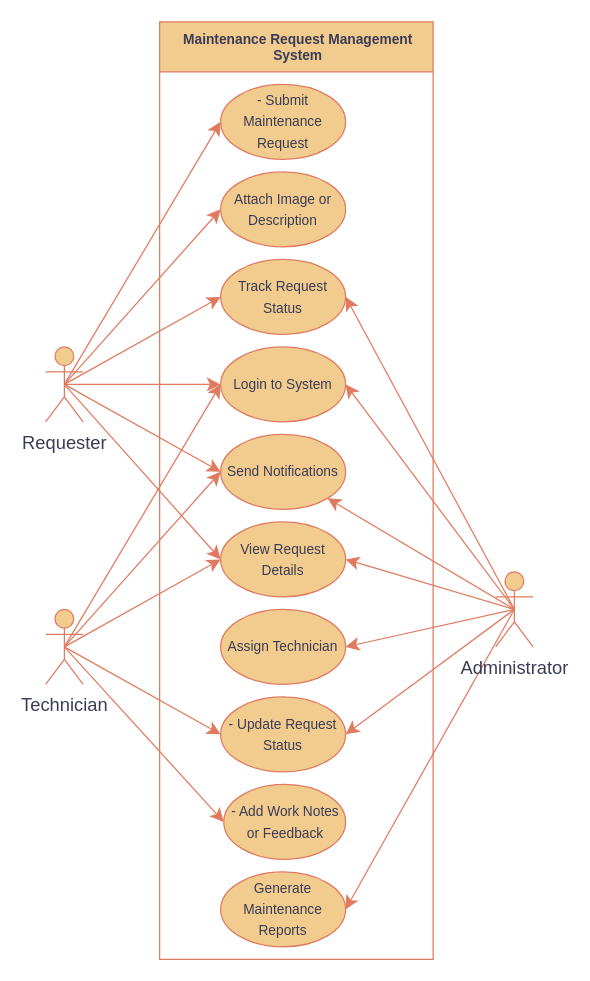
Earlier version of the draw.io diagram page "Page-4" (4 of 13) of Untitled Diagram.drawio (FatimahAli313/Project_1). Source tidied: cells renumbered, new cells numbered last; positions are measured from the earlier drawing's top-left corner, leaving out a move shared by most shapes. Both pictures are drawn from the tidied source at 125%, with x=0, y=0 at pixel (45, 21).
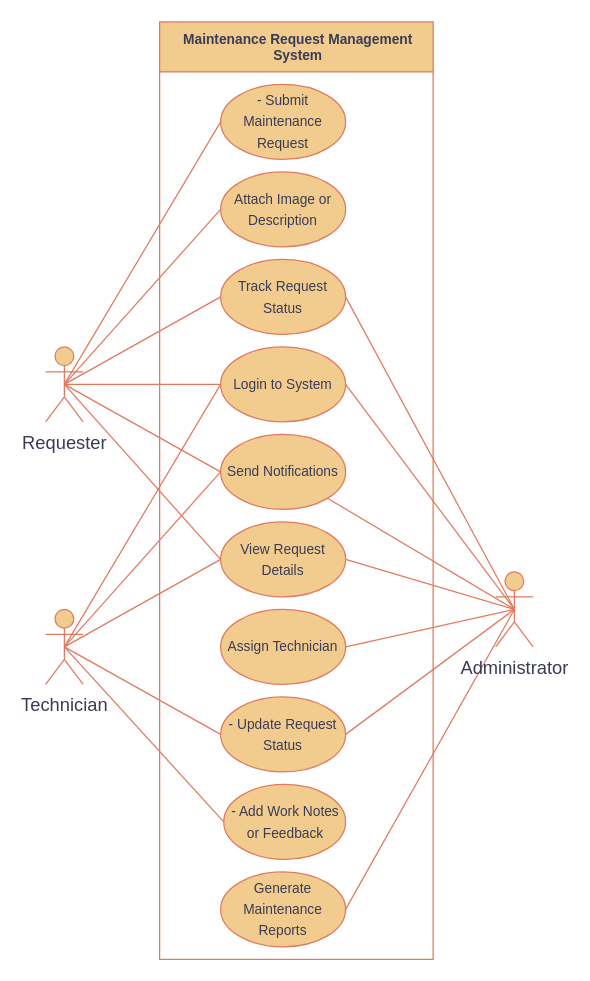
After the change.

Unchanged cells that the change refers to:
```xml
<mxCell id="8" value="&lt;span style=&quot;font-size:11.0pt;line-height:140%;&lt;br/&gt;font-family:&amp;quot;Times New Roman&amp;quot;,serif;mso-fareast-font-family:Arial;mso-fareast-theme-font:&lt;br/&gt;minor-latin;mso-ansi-language:EN-US;mso-fareast-language:JA;mso-bidi-language:&lt;br/&gt;AR-SA&quot;&gt;Requester&lt;/span&gt;" style="shape=umlActor;verticalLabelPosition=bottom;verticalAlign=top;html=1;outlineConnect=0;labelBackgroundColor=none;fillColor=#F2CC8F;strokeColor=#E07A5F;fontColor=#393C56;" parent="1" vertex="1">
  <mxGeometry y="260" width="30" height="60" as="geometry" />
</mxCell>
<mxCell id="14" value="&lt;span style=&quot;font-size:11.0pt;line-height:140%;&lt;br/&gt;font-family:&amp;quot;Times New Roman&amp;quot;,serif;mso-fareast-font-family:Arial;mso-fareast-theme-font:&lt;br/&gt;minor-latin;mso-ansi-language:EN-US;mso-fareast-language:JA;mso-bidi-language:&lt;br/&gt;AR-SA&quot;&gt;Technician&lt;/span&gt;" style="shape=umlActor;verticalLabelPosition=bottom;verticalAlign=top;html=1;outlineConnect=0;labelBackgroundColor=none;fillColor=#F2CC8F;strokeColor=#E07A5F;fontColor=#393C56;" parent="1" vertex="1">
  <mxGeometry y="470" width="30" height="60" as="geometry" />
</mxCell>
<mxCell id="22" value="&lt;span style=&quot;font-size:11.0pt;line-height:140%;&lt;br/&gt;font-family:&amp;quot;Times New Roman&amp;quot;,serif;mso-fareast-font-family:Arial;mso-fareast-theme-font:&lt;br/&gt;minor-latin;mso-ansi-language:EN-US;mso-fareast-language:JA;mso-bidi-language:&lt;br/&gt;AR-SA&quot;&gt;Administrator&lt;/span&gt;" style="shape=umlActor;verticalLabelPosition=bottom;verticalAlign=top;html=1;outlineConnect=0;labelBackgroundColor=none;fillColor=#F2CC8F;strokeColor=#E07A5F;fontColor=#393C56;" parent="1" vertex="1">
  <mxGeometry x="360" y="440" width="30" height="60" as="geometry" />
</mxCell>
<mxCell id="23" value="&lt;span style=&quot;line-height: 140%;&quot;&gt;&lt;font style=&quot;font-size: 11px;&quot;&gt;- Submit Maintenance Request&lt;/font&gt;&lt;/span&gt;" style="ellipse;whiteSpace=wrap;html=1;labelBackgroundColor=none;fillColor=#F2CC8F;strokeColor=#E07A5F;fontColor=#393C56;" parent="1" vertex="1">
  <mxGeometry x="140" y="50" width="100" height="60" as="geometry" />
</mxCell>
<mxCell id="24" value="&lt;span style=&quot;line-height: 140%;&quot;&gt;&lt;font style=&quot;font-size: 11px;&quot;&gt;Login to System&lt;/font&gt;&lt;/span&gt;" style="ellipse;whiteSpace=wrap;html=1;labelBackgroundColor=none;fillColor=#F2CC8F;strokeColor=#E07A5F;fontColor=#393C56;" parent="1" vertex="1">
  <mxGeometry x="140" y="260" width="100" height="60" as="geometry" />
</mxCell>
<mxCell id="25" value="&lt;span style=&quot;line-height: 140%;&quot;&gt;&lt;font style=&quot;font-size: 11px;&quot;&gt;- Add Work Notes or Feedback&lt;/font&gt;&lt;/span&gt;" style="ellipse;whiteSpace=wrap;html=1;labelBackgroundColor=none;fillColor=#F2CC8F;strokeColor=#E07A5F;fontColor=#393C56;" parent="1" vertex="1">
  <mxGeometry x="142.5" y="610" width="97.5" height="60" as="geometry" />
</mxCell>
<mxCell id="26" value="&lt;span style=&quot;line-height: 140%;&quot;&gt;&lt;font style=&quot;font-size: 11px;&quot;&gt;Attach Image or Description&lt;/font&gt;&lt;/span&gt;" style="ellipse;whiteSpace=wrap;html=1;labelBackgroundColor=none;fillColor=#F2CC8F;strokeColor=#E07A5F;fontColor=#393C56;" parent="1" vertex="1">
  <mxGeometry x="140" y="120" width="100" height="60" as="geometry" />
</mxCell>
<mxCell id="27" value="&lt;span style=&quot;line-height: 140%;&quot;&gt;&lt;font style=&quot;font-size: 11px;&quot;&gt;Send Notifications&lt;/font&gt;&lt;/span&gt;" style="ellipse;whiteSpace=wrap;html=1;labelBackgroundColor=none;fillColor=#F2CC8F;strokeColor=#E07A5F;fontColor=#393C56;" parent="1" vertex="1">
  <mxGeometry x="140" y="330" width="100" height="60" as="geometry" />
</mxCell>
<mxCell id="28" value="&lt;span style=&quot;line-height: 140%;&quot;&gt;&lt;font style=&quot;font-size: 11px;&quot;&gt;Generate Maintenance Reports&lt;/font&gt;&lt;/span&gt;" style="ellipse;whiteSpace=wrap;html=1;labelBackgroundColor=none;fillColor=#F2CC8F;strokeColor=#E07A5F;fontColor=#393C56;" parent="1" vertex="1">
  <mxGeometry x="140" y="680" width="100" height="60" as="geometry" />
</mxCell>
<mxCell id="29" value="&lt;span style=&quot;line-height: 140%;&quot;&gt;&lt;font style=&quot;font-size: 11px;&quot;&gt;- Update Request Status&lt;/font&gt;&lt;/span&gt;" style="ellipse;whiteSpace=wrap;html=1;labelBackgroundColor=none;fillColor=#F2CC8F;strokeColor=#E07A5F;fontColor=#393C56;" parent="1" vertex="1">
  <mxGeometry x="140" y="540" width="100" height="60" as="geometry" />
</mxCell>
<mxCell id="30" value="&lt;span style=&quot;line-height: 140%;&quot;&gt;&lt;font style=&quot;font-size: 11px;&quot;&gt;Assign Technician&lt;/font&gt;&lt;/span&gt;" style="ellipse;whiteSpace=wrap;html=1;labelBackgroundColor=none;fillColor=#F2CC8F;strokeColor=#E07A5F;fontColor=#393C56;" parent="1" vertex="1">
  <mxGeometry x="140" y="470" width="100" height="60" as="geometry" />
</mxCell>
<mxCell id="31" value="&lt;span style=&quot;line-height: 140%;&quot;&gt;&lt;font style=&quot;font-size: 11px;&quot;&gt;View Request Details&lt;/font&gt;&lt;/span&gt;" style="ellipse;whiteSpace=wrap;html=1;labelBackgroundColor=none;fillColor=#F2CC8F;strokeColor=#E07A5F;fontColor=#393C56;" parent="1" vertex="1">
  <mxGeometry x="140" y="400" width="100" height="60" as="geometry" />
</mxCell>
<mxCell id="32" value="&lt;span style=&quot;line-height: 140%;&quot;&gt;&lt;font style=&quot;font-size: 11px;&quot;&gt;Track Request Status&lt;/font&gt;&lt;/span&gt;" style="ellipse;whiteSpace=wrap;html=1;labelBackgroundColor=none;fillColor=#F2CC8F;strokeColor=#E07A5F;fontColor=#393C56;" parent="1" vertex="1">
  <mxGeometry x="140" y="190" width="100" height="60" as="geometry" />
</mxCell>
```

Diff of the diagram source:
```diff
@@
-    <mxCell id="2" style="edgeStyle=none;curved=1;rounded=0;jettySize=auto;html=1;entryX=0;entryY=0.5;entryDx=0;entryDy=0;fontSize=12;startSize=8;endSize=8;exitX=0.5;exitY=0.5;exitDx=0;exitDy=0;exitPerimeter=0;labelBackgroundColor=none;strokeColor=#E07A5F;fontColor=default;" parent="1" edge="1" source="8" target="23">
+    <mxCell id="2" style="edgeStyle=none;curved=1;rounded=0;jettySize=auto;html=1;entryX=0;entryY=0.5;entryDx=0;entryDy=0;fontSize=12;startSize=8;endSize=8;exitX=0.5;exitY=0.5;exitDx=0;exitDy=0;exitPerimeter=0;labelBackgroundColor=none;strokeColor=#E07A5F;fontColor=default;endArrow=none;endFill=0;" parent="1" edge="1" source="8" target="23">
       <mxGeometry relative="1" as="geometry" />
     </mxCell>
-    <mxCell id="3" style="edgeStyle=none;curved=1;rounded=0;jettySize=auto;html=1;exitX=0.5;exitY=0.5;exitDx=0;exitDy=0;exitPerimeter=0;entryX=0;entryY=0.5;entryDx=0;entryDy=0;fontSize=12;startSize=8;endSize=8;labelBackgroundColor=none;strokeColor=#E07A5F;fontColor=default;" parent="1" edge="1" source="8" target="26">
+    <mxCell id="3" style="edgeStyle=none;curved=1;rounded=0;jettySize=auto;html=1;exitX=0.5;exitY=0.5;exitDx=0;exitDy=0;exitPerimeter=0;entryX=0;entryY=0.5;entryDx=0;entryDy=0;fontSize=12;startSize=8;endSize=8;labelBackgroundColor=none;strokeColor=#E07A5F;fontColor=default;endArrow=none;endFill=0;" parent="1" edge="1" source="8" target="26">
       <mxGeometry relative="1" as="geometry" />
     </mxCell>
-    <mxCell id="4" style="edgeStyle=none;curved=1;rounded=0;jettySize=auto;html=1;exitX=0.5;exitY=0.5;exitDx=0;exitDy=0;exitPerimeter=0;fontSize=12;startSize=8;endSize=8;entryX=0;entryY=0.5;entryDx=0;entryDy=0;labelBackgroundColor=none;strokeColor=#E07A5F;fontColor=default;" parent="1" edge="1" source="8" target="32">
+    <mxCell id="4" style="edgeStyle=none;curved=1;rounded=0;jettySize=auto;html=1;exitX=0.5;exitY=0.5;exitDx=0;exitDy=0;exitPerimeter=0;fontSize=12;startSize=8;endSize=8;entryX=0;entryY=0.5;entryDx=0;entryDy=0;labelBackgroundColor=none;strokeColor=#E07A5F;fontColor=default;endArrow=none;endFill=0;" parent="1" edge="1" source="8" target="32">
       <mxGeometry relative="1" as="geometry" />
     </mxCell>
-    <mxCell id="5" style="edgeStyle=none;curved=1;rounded=0;jettySize=auto;html=1;exitX=0.5;exitY=0.5;exitDx=0;exitDy=0;exitPerimeter=0;entryX=0;entryY=0.5;entryDx=0;entryDy=0;fontSize=12;startSize=8;endSize=8;labelBackgroundColor=none;strokeColor=#E07A5F;fontColor=default;" parent="1" edge="1" source="8" target="24">
+    <mxCell id="5" style="edgeStyle=none;curved=1;rounded=0;jettySize=auto;html=1;exitX=0.5;exitY=0.5;exitDx=0;exitDy=0;exitPerimeter=0;entryX=0;entryY=0.5;entryDx=0;entryDy=0;fontSize=12;startSize=8;endSize=8;labelBackgroundColor=none;strokeColor=#E07A5F;fontColor=default;endArrow=none;endFill=0;" parent="1" edge="1" source="8" target="24">
       <mxGeometry relative="1" as="geometry" />
     </mxCell>
-    <mxCell id="6" style="edgeStyle=none;curved=1;rounded=0;jettySize=auto;html=1;exitX=0.5;exitY=0.5;exitDx=0;exitDy=0;exitPerimeter=0;entryX=0;entryY=0.5;entryDx=0;entryDy=0;fontSize=12;startSize=8;endSize=8;labelBackgroundColor=none;strokeColor=#E07A5F;fontColor=default;" parent="1" edge="1" source="8" target="27">
+    <mxCell id="6" style="edgeStyle=none;curved=1;rounded=0;jettySize=auto;html=1;exitX=0.5;exitY=0.5;exitDx=0;exitDy=0;exitPerimeter=0;entryX=0;entryY=0.5;entryDx=0;entryDy=0;fontSize=12;startSize=8;endSize=8;labelBackgroundColor=none;strokeColor=#E07A5F;fontColor=default;endArrow=none;endFill=0;" parent="1" edge="1" source="8" target="27">
       <mxGeometry relative="1" as="geometry" />
     </mxCell>
-    <mxCell id="7" style="edgeStyle=none;curved=1;rounded=0;jettySize=auto;html=1;exitX=0.5;exitY=0.5;exitDx=0;exitDy=0;exitPerimeter=0;entryX=0;entryY=0.5;entryDx=0;entryDy=0;fontSize=12;startSize=8;endSize=8;labelBackgroundColor=none;strokeColor=#E07A5F;fontColor=default;" parent="1" edge="1" source="8" target="31">
+    <mxCell id="7" style="edgeStyle=none;curved=1;rounded=0;jettySize=auto;html=1;exitX=0.5;exitY=0.5;exitDx=0;exitDy=0;exitPerimeter=0;entryX=0;entryY=0.5;entryDx=0;entryDy=0;fontSize=12;startSize=8;endSize=8;labelBackgroundColor=none;strokeColor=#E07A5F;fontColor=default;endArrow=none;endFill=0;" parent="1" edge="1" source="8" target="31">
       <mxGeometry relative="1" as="geometry" />
     </mxCell>
@@
-    <mxCell id="9" style="edgeStyle=none;curved=1;rounded=0;jettySize=auto;html=1;exitX=0.5;exitY=0.5;exitDx=0;exitDy=0;exitPerimeter=0;entryX=0;entryY=0.5;entryDx=0;entryDy=0;fontSize=12;startSize=8;endSize=8;labelBackgroundColor=none;strokeColor=#E07A5F;fontColor=default;" parent="1" edge="1" source="14" target="24">
+    <mxCell id="9" style="edgeStyle=none;curved=1;rounded=0;jettySize=auto;html=1;exitX=0.5;exitY=0.5;exitDx=0;exitDy=0;exitPerimeter=0;entryX=0;entryY=0.5;entryDx=0;entryDy=0;fontSize=12;startSize=8;endSize=8;labelBackgroundColor=none;strokeColor=#E07A5F;fontColor=default;endArrow=none;endFill=0;" parent="1" edge="1" source="14" target="24">
       <mxGeometry relative="1" as="geometry" />
     </mxCell>
-    <mxCell id="10" style="edgeStyle=none;curved=1;rounded=0;jettySize=auto;html=1;exitX=0.5;exitY=0.5;exitDx=0;exitDy=0;exitPerimeter=0;entryX=0;entryY=0.5;entryDx=0;entryDy=0;fontSize=12;startSize=8;endSize=8;labelBackgroundColor=none;strokeColor=#E07A5F;fontColor=default;" parent="1" edge="1" source="14" target="27">
+    <mxCell id="10" style="edgeStyle=none;curved=1;rounded=0;jettySize=auto;html=1;exitX=0.5;exitY=0.5;exitDx=0;exitDy=0;exitPerimeter=0;entryX=0;entryY=0.5;entryDx=0;entryDy=0;fontSize=12;startSize=8;endSize=8;labelBackgroundColor=none;strokeColor=#E07A5F;fontColor=default;endArrow=none;endFill=0;" parent="1" edge="1" source="14" target="27">
       <mxGeometry relative="1" as="geometry" />
     </mxCell>
-    <mxCell id="11" style="edgeStyle=none;curved=1;rounded=0;jettySize=auto;html=1;exitX=0.5;exitY=0.5;exitDx=0;exitDy=0;exitPerimeter=0;entryX=0;entryY=0.5;entryDx=0;entryDy=0;fontSize=12;startSize=8;endSize=8;labelBackgroundColor=none;strokeColor=#E07A5F;fontColor=default;" parent="1" edge="1" source="14" target="31">
+    <mxCell id="11" style="edgeStyle=none;curved=1;rounded=0;jettySize=auto;html=1;exitX=0.5;exitY=0.5;exitDx=0;exitDy=0;exitPerimeter=0;entryX=0;entryY=0.5;entryDx=0;entryDy=0;fontSize=12;startSize=8;endSize=8;labelBackgroundColor=none;strokeColor=#E07A5F;fontColor=default;endArrow=none;endFill=0;" parent="1" edge="1" source="14" target="31">
       <mxGeometry relative="1" as="geometry" />
     </mxCell>
-    <mxCell id="12" style="edgeStyle=none;curved=1;rounded=0;jettySize=auto;html=1;exitX=0.5;exitY=0.5;exitDx=0;exitDy=0;exitPerimeter=0;entryX=0;entryY=0.5;entryDx=0;entryDy=0;fontSize=12;startSize=8;endSize=8;labelBackgroundColor=none;strokeColor=#E07A5F;fontColor=default;" parent="1" edge="1" source="14" target="25">
+    <mxCell id="12" style="edgeStyle=none;curved=1;rounded=0;jettySize=auto;html=1;exitX=0.5;exitY=0.5;exitDx=0;exitDy=0;exitPerimeter=0;entryX=0;entryY=0.5;entryDx=0;entryDy=0;fontSize=12;startSize=8;endSize=8;labelBackgroundColor=none;strokeColor=#E07A5F;fontColor=default;endArrow=none;endFill=0;" parent="1" edge="1" source="14" target="25">
       <mxGeometry relative="1" as="geometry" />
     </mxCell>
-    <mxCell id="13" style="edgeStyle=none;curved=1;rounded=0;jettySize=auto;html=1;exitX=0.5;exitY=0.5;exitDx=0;exitDy=0;exitPerimeter=0;entryX=0;entryY=0.5;entryDx=0;entryDy=0;fontSize=12;startSize=8;endSize=8;labelBackgroundColor=none;strokeColor=#E07A5F;fontColor=default;" parent="1" edge="1" source="14" target="29">
+    <mxCell id="13" style="edgeStyle=none;curved=1;rounded=0;jettySize=auto;html=1;exitX=0.5;exitY=0.5;exitDx=0;exitDy=0;exitPerimeter=0;entryX=0;entryY=0.5;entryDx=0;entryDy=0;fontSize=12;startSize=8;endSize=8;labelBackgroundColor=none;strokeColor=#E07A5F;fontColor=default;endArrow=none;endFill=0;" parent="1" edge="1" source="14" target="29">
       <mxGeometry relative="1" as="geometry" />
     </mxCell>
@@
-    <mxCell id="15" style="edgeStyle=none;curved=1;rounded=0;jettySize=auto;html=1;exitX=0.5;exitY=0.5;exitDx=0;exitDy=0;exitPerimeter=0;entryX=1;entryY=0.5;entryDx=0;entryDy=0;fontSize=12;startSize=8;endSize=8;labelBackgroundColor=none;strokeColor=#E07A5F;fontColor=default;" parent="1" edge="1" source="22" target="32">
+    <mxCell id="15" style="edgeStyle=none;curved=1;rounded=0;jettySize=auto;html=1;exitX=0.5;exitY=0.5;exitDx=0;exitDy=0;exitPerimeter=0;entryX=1;entryY=0.5;entryDx=0;entryDy=0;fontSize=12;startSize=8;endSize=8;labelBackgroundColor=none;strokeColor=#E07A5F;fontColor=default;endArrow=none;endFill=0;" parent="1" edge="1" source="22" target="32">
       <mxGeometry relative="1" as="geometry" />
     </mxCell>
-    <mxCell id="16" style="edgeStyle=none;curved=1;rounded=0;jettySize=auto;html=1;exitX=0.5;exitY=0.5;exitDx=0;exitDy=0;exitPerimeter=0;entryX=1;entryY=0.5;entryDx=0;entryDy=0;fontSize=12;startSize=8;endSize=8;labelBackgroundColor=none;strokeColor=#E07A5F;fontColor=default;" parent="1" edge="1" source="22" target="24">
+    <mxCell id="16" style="edgeStyle=none;curved=1;rounded=0;jettySize=auto;html=1;exitX=0.5;exitY=0.5;exitDx=0;exitDy=0;exitPerimeter=0;entryX=1;entryY=0.5;entryDx=0;entryDy=0;fontSize=12;startSize=8;endSize=8;labelBackgroundColor=none;strokeColor=#E07A5F;fontColor=default;endArrow=none;endFill=0;" parent="1" edge="1" source="22" target="24">
       <mxGeometry relative="1" as="geometry" />
     </mxCell>
-    <mxCell id="17" style="edgeStyle=none;curved=1;rounded=0;jettySize=auto;html=1;exitX=0.5;exitY=0.5;exitDx=0;exitDy=0;exitPerimeter=0;fontSize=12;startSize=8;endSize=8;labelBackgroundColor=none;strokeColor=#E07A5F;fontColor=default;" parent="1" edge="1" source="22" target="27">
+    <mxCell id="17" style="edgeStyle=none;curved=1;rounded=0;jettySize=auto;html=1;exitX=0.5;exitY=0.5;exitDx=0;exitDy=0;exitPerimeter=0;fontSize=12;startSize=8;endSize=8;labelBackgroundColor=none;strokeColor=#E07A5F;fontColor=default;endArrow=none;endFill=0;" parent="1" edge="1" source="22" target="27">
       <mxGeometry relative="1" as="geometry" />
     </mxCell>
-    <mxCell id="18" style="edgeStyle=none;curved=1;rounded=0;jettySize=auto;html=1;exitX=0.5;exitY=0.5;exitDx=0;exitDy=0;exitPerimeter=0;entryX=1;entryY=0.5;entryDx=0;entryDy=0;fontSize=12;startSize=8;endSize=8;labelBackgroundColor=none;strokeColor=#E07A5F;fontColor=default;" parent="1" edge="1" source="22" target="31">
+    <mxCell id="18" style="edgeStyle=none;curved=1;rounded=0;jettySize=auto;html=1;exitX=0.5;exitY=0.5;exitDx=0;exitDy=0;exitPerimeter=0;entryX=1;entryY=0.5;entryDx=0;entryDy=0;fontSize=12;startSize=8;endSize=8;labelBackgroundColor=none;strokeColor=#E07A5F;fontColor=default;endArrow=none;endFill=0;" parent="1" edge="1" source="22" target="31">
       <mxGeometry relative="1" as="geometry" />
     </mxCell>
-    <mxCell id="19" style="edgeStyle=none;curved=1;rounded=0;jettySize=auto;html=1;exitX=0.5;exitY=0.5;exitDx=0;exitDy=0;exitPerimeter=0;entryX=1;entryY=0.5;entryDx=0;entryDy=0;fontSize=12;startSize=8;endSize=8;labelBackgroundColor=none;strokeColor=#E07A5F;fontColor=default;" parent="1" edge="1" source="22" target="30">
+    <mxCell id="19" style="edgeStyle=none;curved=1;rounded=0;jettySize=auto;html=1;exitX=0.5;exitY=0.5;exitDx=0;exitDy=0;exitPerimeter=0;entryX=1;entryY=0.5;entryDx=0;entryDy=0;fontSize=12;startSize=8;endSize=8;labelBackgroundColor=none;strokeColor=#E07A5F;fontColor=default;endArrow=none;endFill=0;" parent="1" edge="1" source="22" target="30">
       <mxGeometry relative="1" as="geometry" />
     </mxCell>
-    <mxCell id="20" style="edgeStyle=none;curved=1;rounded=0;jettySize=auto;html=1;exitX=0.5;exitY=0.5;exitDx=0;exitDy=0;exitPerimeter=0;entryX=1;entryY=0.5;entryDx=0;entryDy=0;fontSize=12;startSize=8;endSize=8;labelBackgroundColor=none;strokeColor=#E07A5F;fontColor=default;" parent="1" edge="1" source="22" target="29">
+    <mxCell id="20" style="edgeStyle=none;curved=1;rounded=0;jettySize=auto;html=1;exitX=0.5;exitY=0.5;exitDx=0;exitDy=0;exitPerimeter=0;entryX=1;entryY=0.5;entryDx=0;entryDy=0;fontSize=12;startSize=8;endSize=8;labelBackgroundColor=none;strokeColor=#E07A5F;fontColor=default;endArrow=none;endFill=0;" parent="1" edge="1" source="22" target="29">
       <mxGeometry relative="1" as="geometry" />
     </mxCell>
-    <mxCell id="21" style="edgeStyle=none;curved=1;rounded=0;jettySize=auto;html=1;exitX=0.5;exitY=0.5;exitDx=0;exitDy=0;exitPerimeter=0;entryX=1;entryY=0.5;entryDx=0;entryDy=0;fontSize=12;startSize=8;endSize=8;labelBackgroundColor=none;strokeColor=#E07A5F;fontColor=default;" parent="1" edge="1" source="22" target="28">
+    <mxCell id="21" style="edgeStyle=none;curved=1;rounded=0;jettySize=auto;html=1;exitX=0.5;exitY=0.5;exitDx=0;exitDy=0;exitPerimeter=0;entryX=1;entryY=0.5;entryDx=0;entryDy=0;fontSize=12;startSize=8;endSize=8;labelBackgroundColor=none;strokeColor=#E07A5F;fontColor=default;endArrow=none;endFill=0;" parent="1" edge="1" source="22" target="28">
       <mxGeometry relative="1" as="geometry" />
     </mxCell>
```
